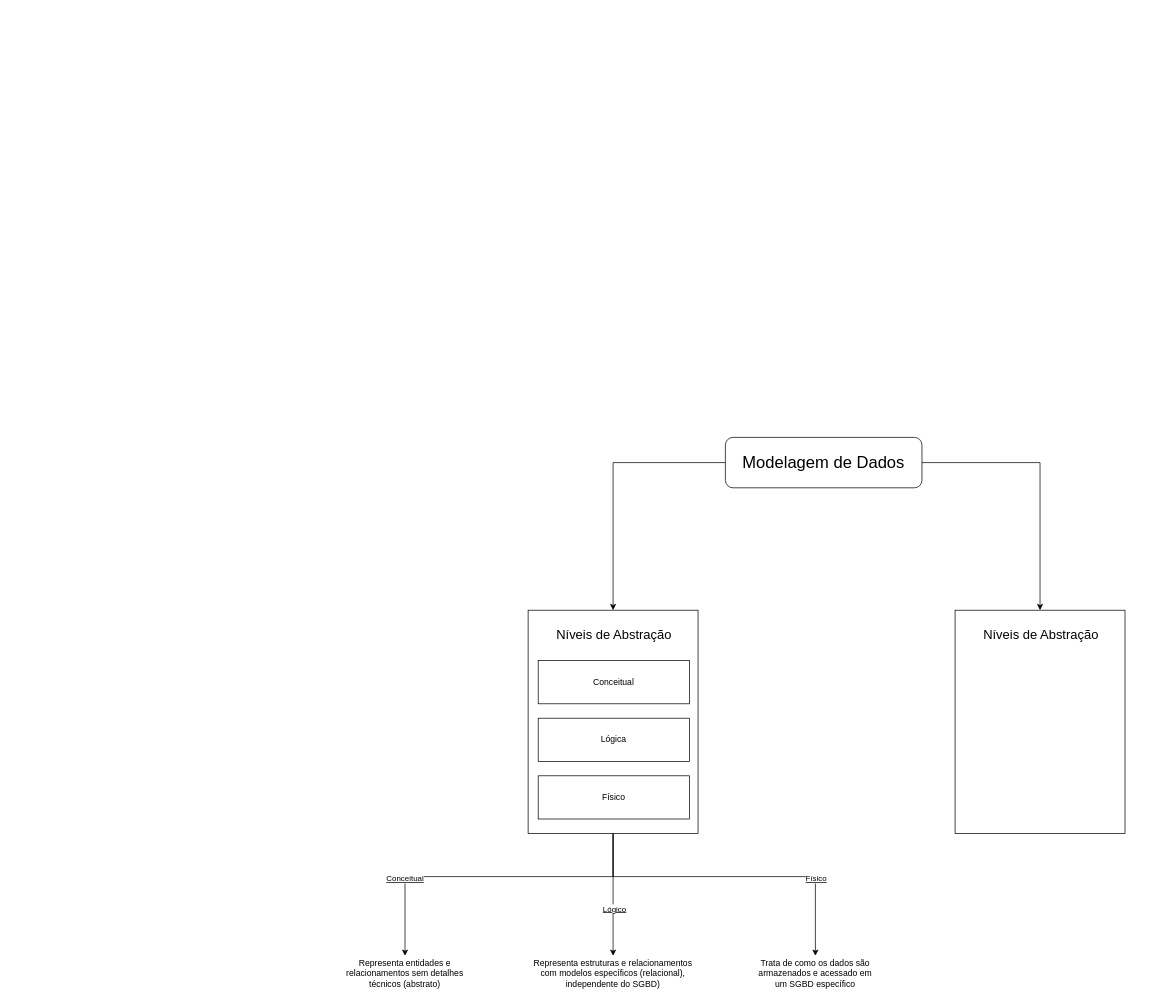
mateus-s-a/IFMT_Eng_Computacao keeps this draw.io diagram as Banco-de-Dados/banco_de_dados_revisao-av1.drawio. Above is the earlier version. Source tidied: cells renumbered, new cells numbered last; positions are measured from the earlier drawing's top-left corner, leaving out a move shared by most shapes. Both pictures are drawn from the tidied source at 72%, with x=0, y=0 at pixel (336, 437).
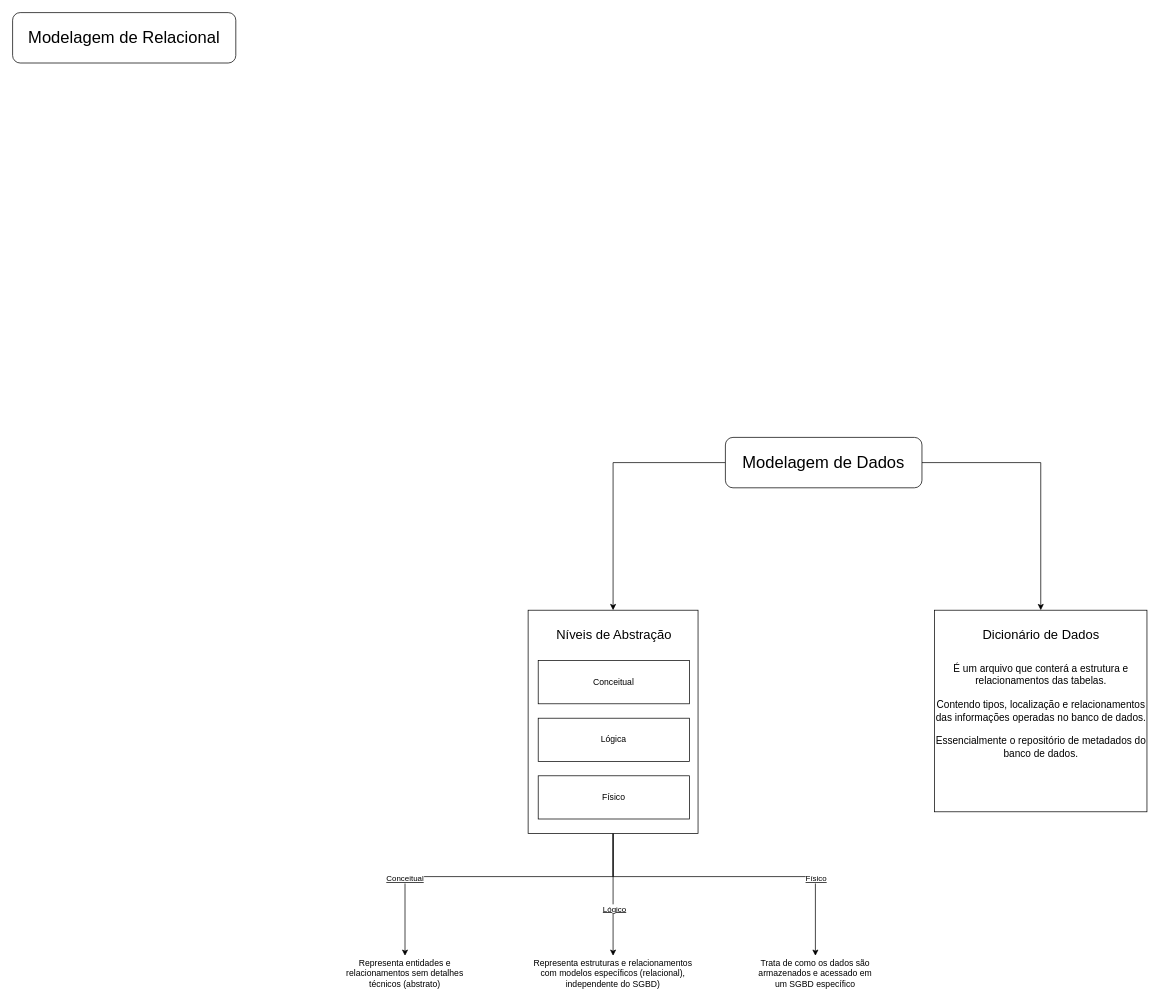
The same diagram, later.

What changed in the source:
```diff
@@
-    <mxCell id="19" style="rounded=0;whiteSpace=wrap;html=1;" parent="1" vertex="1">
-      <mxGeometry x="859" y="240" width="236" height="310" as="geometry" />
+    <mxCell id="19" value="&lt;div&gt;&lt;font style=&quot;font-size: 14px;&quot;&gt;É um arquivo que conterá a estrutura e relacionamentos das tabelas.&lt;/font&gt;&lt;/div&gt;&lt;div&gt;&lt;font style=&quot;font-size: 14px;&quot;&gt;&lt;br&gt;&lt;/font&gt;&lt;/div&gt;&lt;div&gt;&lt;font style=&quot;font-size: 14px;&quot;&gt;Contendo tipos, localização e relacionamentos das informações operadas no banco de dados.&lt;/font&gt;&lt;/div&gt;&lt;div&gt;&lt;font style=&quot;font-size: 14px;&quot;&gt;&lt;br&gt;&lt;/font&gt;&lt;/div&gt;&lt;div&gt;&lt;font style=&quot;font-size: 14px;&quot;&gt;Essencialmente o repositório de metadados do banco de dados.&lt;/font&gt;&lt;/div&gt;" style="rounded=0;whiteSpace=wrap;html=1;" parent="1" vertex="1">
+      <mxGeometry x="830.5" y="240" width="295" height="280" as="geometry" />
     </mxCell>
-    <mxCell id="20" value="&lt;font style=&quot;font-size: 18px;&quot;&gt;Níveis de Abstração&lt;/font&gt;" style="text;strokeColor=none;align=center;fillColor=none;html=1;verticalAlign=middle;whiteSpace=wrap;rounded=0;" parent="1" vertex="1">
+    <mxCell id="20" value="&lt;font style=&quot;font-size: 18px;&quot;&gt;Dicionário de Dados&lt;/font&gt;" style="text;strokeColor=none;align=center;fillColor=none;html=1;verticalAlign=middle;whiteSpace=wrap;rounded=0;" parent="1" vertex="1">
       <mxGeometry x="888.5" y="260" width="179" height="30" as="geometry" />
     </mxCell>
+    <mxCell id="21" value="&lt;font style=&quot;font-size: 23px;&quot;&gt;Modelagem de Relacional&lt;/font&gt;" style="rounded=1;whiteSpace=wrap;html=1;" parent="1" vertex="1">
+      <mxGeometry x="-450" y="-590" width="310" height="70" as="geometry" />
+    </mxCell>
```
